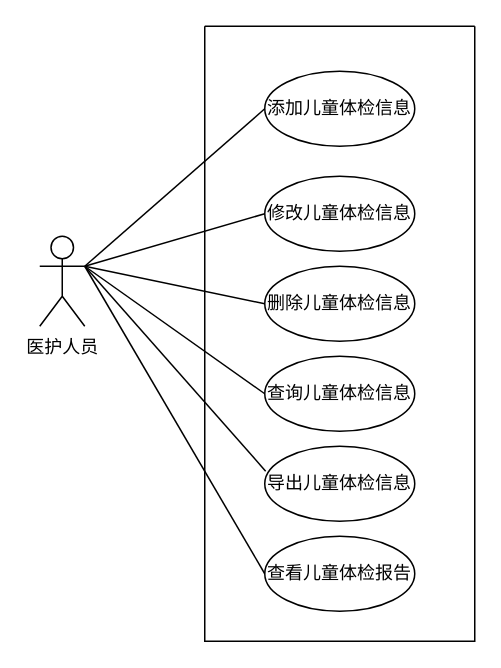
1940403482/1940403482.GitHub.io keeps this draw.io diagram as 儿童体检管理模块用例图.drawio. Above is the earlier version. Source tidied: cells renumbered, new cells numbered last; positions are measured from the earlier drawing's top-left corner, leaving out a move shared by most shapes. Both pictures are drawn from the tidied source at 150%, with x=0, y=0 at pixel (39, 26).
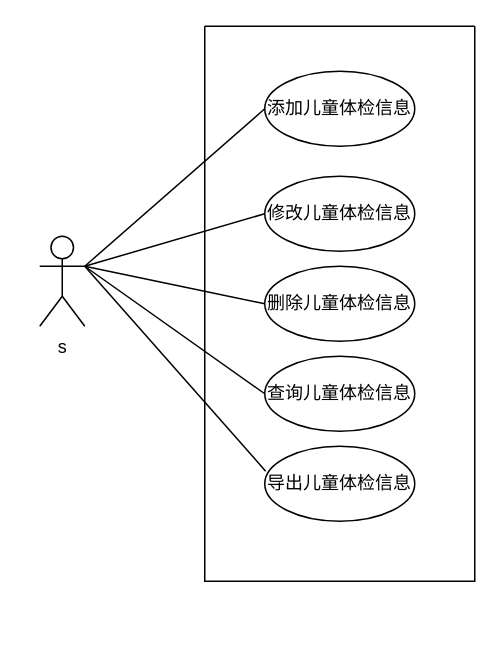
After the change.

Commit message:
更新儿童体检管理模块用例图.drawio

Diff of the diagram source:
```diff
@@
 <mxGraphModel>
   <root>
     <mxCell id="0" />
     <mxCell id="1" parent="0" />
-    <mxCell id="2" value="医护人员" style="shape=umlActor;verticalLabelPosition=bottom;verticalAlign=top;html=1;outlineConnect=0;" parent="1" vertex="1">
+    <mxCell id="2" value="s" style="shape=umlActor;verticalLabelPosition=bottom;verticalAlign=top;html=1;outlineConnect=0;" parent="1" vertex="1">
       <mxGeometry y="140" width="30" height="60" as="geometry" />
     </mxCell>
     <mxCell id="3" value="添加儿童体检信息" style="ellipse;whiteSpace=wrap;html=1;" parent="1" vertex="1">
       <mxGeometry x="150" y="30" width="100" height="50" as="geometry" />
     </mxCell>
     <mxCell id="4" value="修改儿童体检信息" style="ellipse;whiteSpace=wrap;html=1;" parent="1" vertex="1">
       <mxGeometry x="150" y="100" width="100" height="50" as="geometry" />
     </mxCell>
     <mxCell id="5" value="删除儿童体检信息" style="ellipse;whiteSpace=wrap;html=1;" parent="1" vertex="1">
       <mxGeometry x="150" y="160" width="100" height="50" as="geometry" />
     </mxCell>
     <mxCell id="6" value="查询儿童体检信息" style="ellipse;whiteSpace=wrap;html=1;" parent="1" vertex="1">
       <mxGeometry x="150" y="220" width="100" height="50" as="geometry" />
     </mxCell>
     <mxCell id="7" value="导出儿童体检信息" style="ellipse;whiteSpace=wrap;html=1;" parent="1" vertex="1">
       <mxGeometry x="150" y="280" width="100" height="50" as="geometry" />
     </mxCell>
-    <mxCell id="8" value="查看儿童体检报告" style="ellipse;whiteSpace=wrap;html=1;" parent="1" vertex="1">
-      <mxGeometry x="150" y="340" width="100" height="50" as="geometry" />
-    </mxCell>
     <mxCell id="9" style="swimlane;startSize=0;" parent="1" vertex="1">
-      <mxGeometry x="110" width="180" height="410" as="geometry" />
+      <mxGeometry x="110" width="180" height="370" as="geometry" />
     </mxCell>
-    <mxCell id="10" style="endArrow=none;html=1;rounded=0;entryX=0;entryY=0.5;entryDx=0;entryDy=0;" parent="1" edge="1" target="8">
-      <mxGeometry relative="1" as="geometry">
-        <mxPoint x="30" y="160" as="sourcePoint" />
-      </mxGeometry>
-    </mxCell>
     <mxCell id="11" style="endArrow=none;html=1;rounded=0;entryX=0.006;entryY=0.332;entryDx=0;entryDy=0;entryPerimeter=0;" parent="1" edge="1" target="7">
       <mxGeometry relative="1" as="geometry">
         <mxPoint x="30" y="160" as="sourcePoint" />
       </mxGeometry>
     </mxCell>
     <mxCell id="12" style="endArrow=none;html=1;rounded=0;entryX=0;entryY=0.5;entryDx=0;entryDy=0;" parent="1" edge="1" target="6">
       <mxGeometry relative="1" as="geometry">
         <mxPoint x="30" y="160" as="sourcePoint" />
       </mxGeometry>
     </mxCell>
     <mxCell id="13" style="endArrow=none;html=1;rounded=0;entryX=0;entryY=0.5;entryDx=0;entryDy=0;exitX=1;exitY=0.3333333333333333;exitDx=0;exitDy=0;exitPerimeter=0;" parent="1" edge="1" source="2" target="5">
       <mxGeometry relative="1" as="geometry" />
     </mxCell>
     <mxCell id="14" style="endArrow=none;html=1;rounded=0;entryX=0;entryY=0.5;entryDx=0;entryDy=0;" parent="1" edge="1" target="4">
       <mxGeometry relative="1" as="geometry">
         <mxPoint x="30" y="160" as="sourcePoint" />
       </mxGeometry>
     </mxCell>
     <mxCell id="15" style="endArrow=none;html=1;rounded=0;entryX=0;entryY=0.5;entryDx=0;entryDy=0;exitX=1;exitY=0.3333333333333333;exitDx=0;exitDy=0;exitPerimeter=0;" parent="1" edge="1" source="2" target="3">
       <mxGeometry relative="1" as="geometry" />
     </mxCell>
   </root>
 </mxGraphModel>
```
